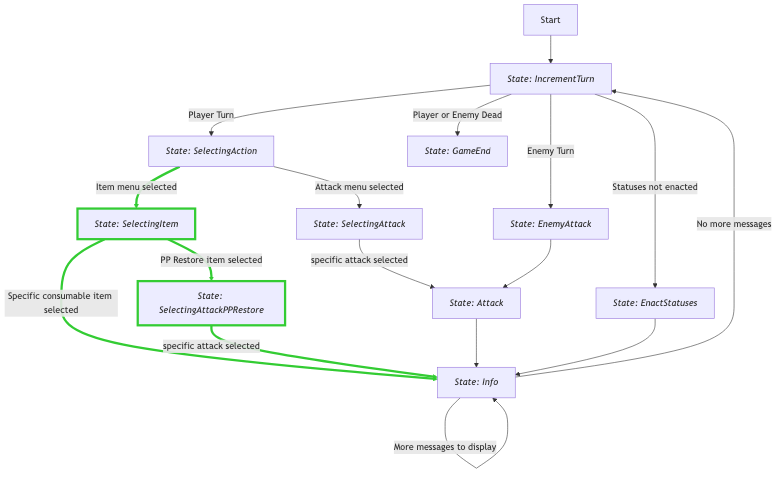
JakeTaussig/rpg-rougelike keeps this Mermaid diagram as docs/state_diagram.png. Above is the earlier version. Its source is kept beside it as docs/state_diagram.mermaid.
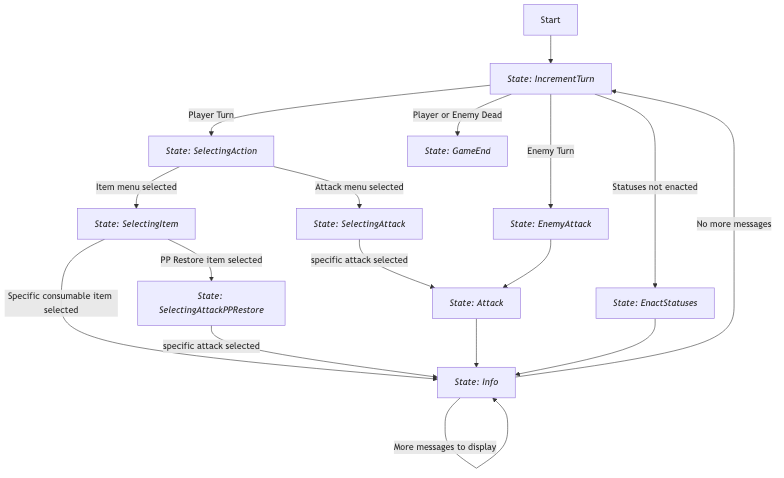
The same diagram one commit later.

What changed in the source:
```diff
@@ -9,9 +9,7 @@
   GameEnd[*State: GameEnd*]
   EnactStatuses[*State: EnactStatuses*]
   SelectingItem[*State: SelectingItem*]
-  style SelectingItem stroke:#33cc33,stroke-width:4
   SelectingAttackPPRestore[*State: SelectingAttackPPRestore*]
-  style SelectingAttackPPRestore stroke:#33cc33,stroke-width:4
 
   Start --> IncrementTurn
 
@@ -20,14 +18,11 @@
   SelectingAttack --> |specific attack selected| Attack
 
   SelectingAction --> |Item menu selected|SelectingItem
-  linkStyle 4 stroke:#33cc33,stroke-width:4px
   SelectingItem --> |Specific consumable item selected|Info
-  linkStyle 5 stroke:#33cc33,stroke-width:4px
   SelectingItem --> |PP Restore item selected|SelectingAttackPPRestore
-  linkStyle 6 stroke:#33cc33,stroke-width:4px
 
   SelectingAttackPPRestore --> |specific attack selected|Info
-  linkStyle 7 stroke:#33cc33,stroke-width:4px
+
 
   IncrementTurn --> |Enemy Turn| EnemyAttack
   EnemyAttack --> Attack
```
